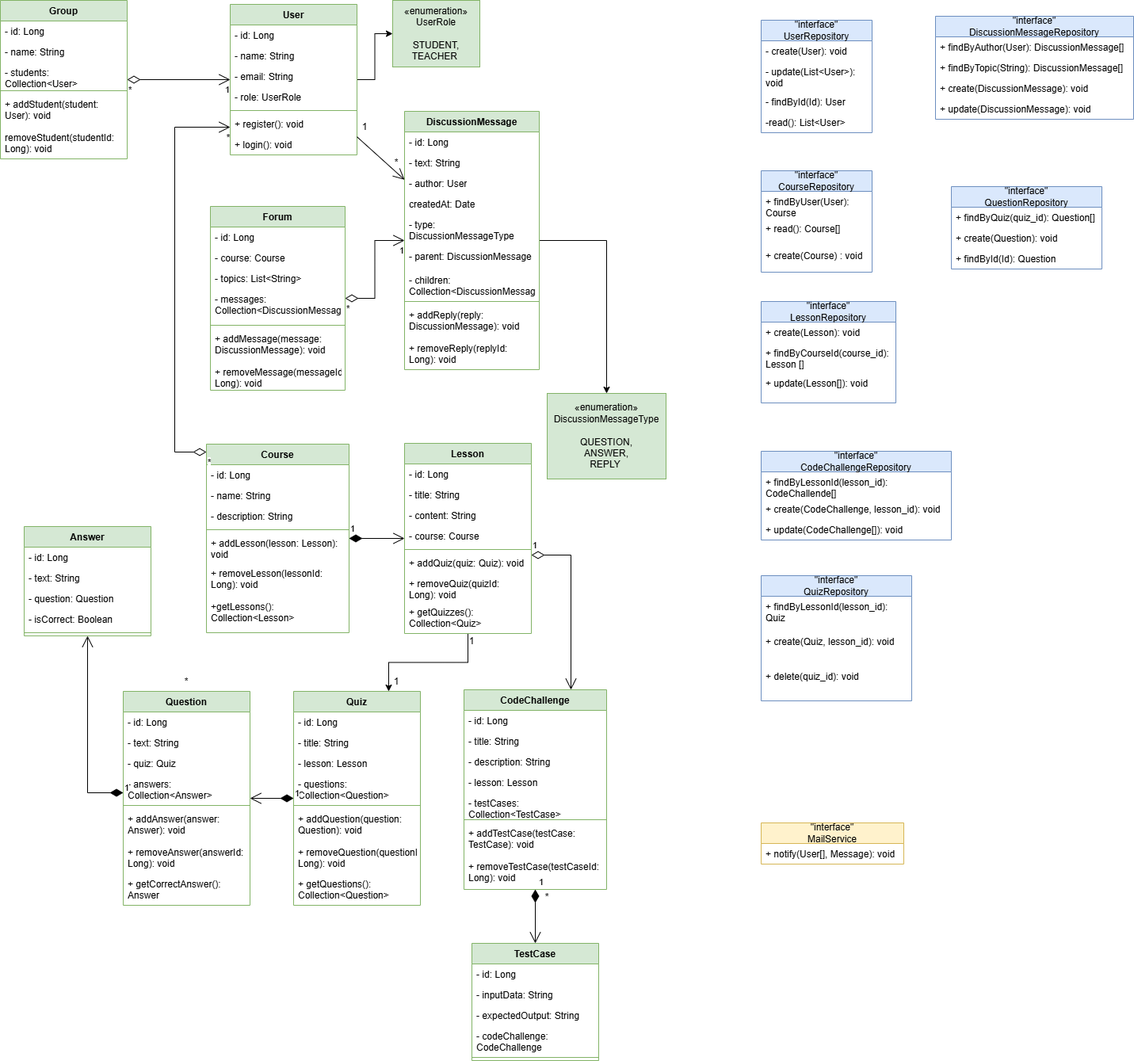
Earlier version of the draw.io export akademia_diagram.png (NikolajHon/Academy_Backend). Source tidied: cells renumbered, new cells last; positions are measured from the earlier drawing's top-left corner, leaving out a move shared by most shapes.
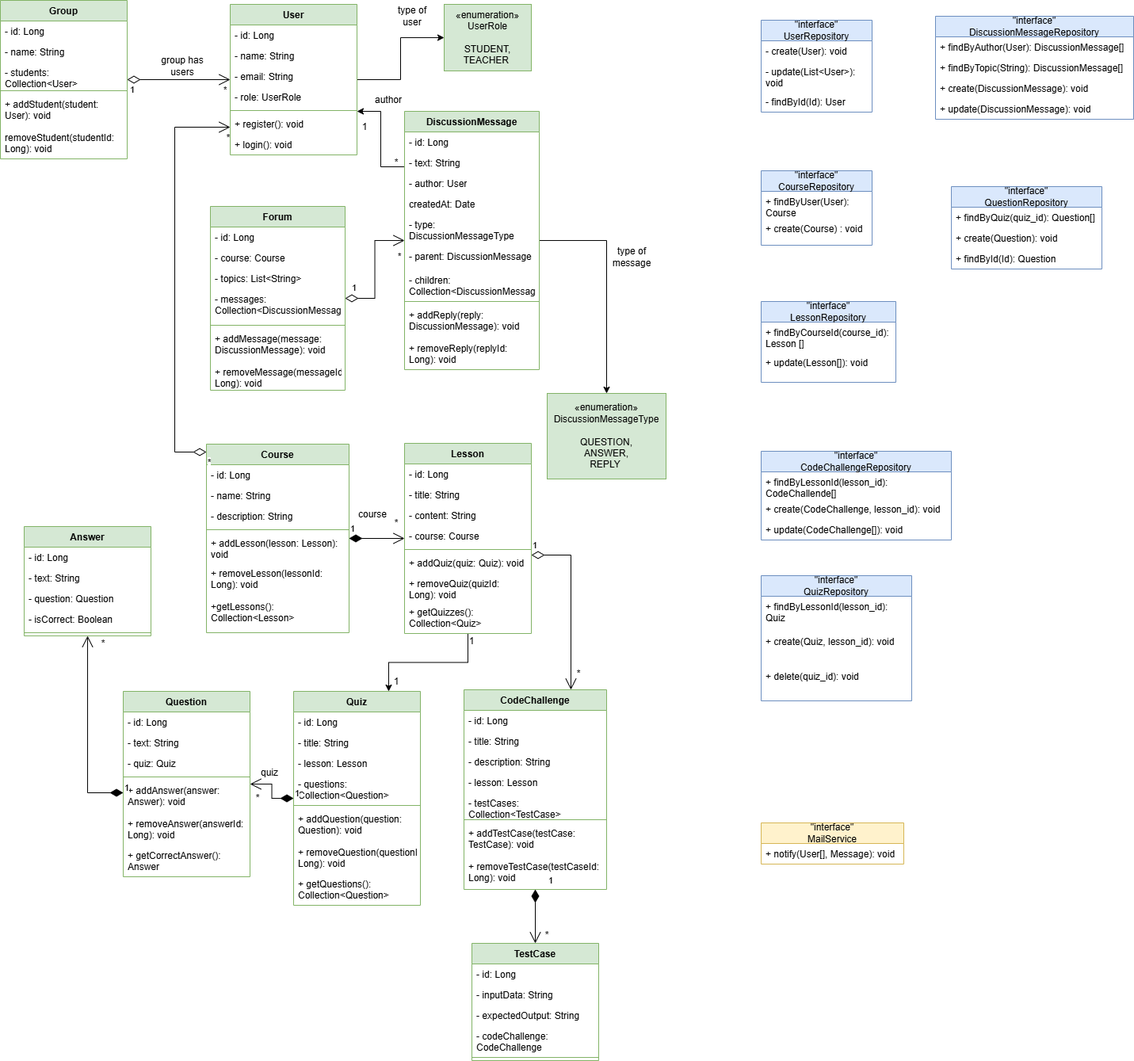
Later version of the same file.

Commit message:
fixed problems with diagrams

Diff of the diagram source:
```diff
@@ -84,7 +84,7 @@
       <mxGeometry y="230" width="160" height="40" as="geometry" />
     </mxCell>
     <mxCell id="29" value="Question " style="swimlane;fontStyle=1;align=center;verticalAlign=top;horizontal=1;startSize=26;whiteSpace=wrap;html=1;fillColor=#d5e8d4;strokeColor=#82b366;" parent="1" vertex="1">
-      <mxGeometry x="155" y="872" width="160" height="270" as="geometry" />
+      <mxGeometry x="155" y="872" width="160" height="234" as="geometry" />
     </mxCell>
     <mxCell id="30" value="- id: Long" style="text;strokeColor=none;fillColor=none;align=left;verticalAlign=top;spacingLeft=4;spacingRight=4;overflow=hidden;whiteSpace=wrap;html=1;" parent="29" vertex="1">
       <mxGeometry y="26" width="160" height="26" as="geometry" />
@@ -95,20 +95,17 @@
     <mxCell id="32" value="-&amp;nbsp;quiz: Quiz" style="text;strokeColor=none;fillColor=none;align=left;verticalAlign=top;spacingLeft=4;spacingRight=4;overflow=hidden;whiteSpace=wrap;html=1;" parent="29" vertex="1">
       <mxGeometry y="78" width="160" height="26" as="geometry" />
     </mxCell>
-    <mxCell id="33" value="-&amp;nbsp;answers: Collection&amp;lt;Answer&amp;gt;" style="text;strokeColor=none;fillColor=none;align=left;verticalAlign=top;spacingLeft=4;spacingRight=4;overflow=hidden;whiteSpace=wrap;html=1;" parent="29" vertex="1">
-      <mxGeometry y="104" width="160" height="36" as="geometry" />
-    </mxCell>
     <mxCell id="34" style="line;strokeWidth=1;fillColor=none;align=left;verticalAlign=middle;spacingTop=-1;spacingLeft=3;spacingRight=3;labelPosition=right;strokeColor=inherit;" parent="29" vertex="1">
-      <mxGeometry y="140" width="160" height="8" as="geometry" />
+      <mxGeometry y="104" width="160" height="8" as="geometry" />
     </mxCell>
     <mxCell id="35" value="+&amp;nbsp;addAnswer(answer: Answer): void" style="text;strokeColor=none;fillColor=none;align=left;verticalAlign=top;spacingLeft=4;spacingRight=4;overflow=hidden;whiteSpace=wrap;html=1;" parent="29" vertex="1">
-      <mxGeometry y="148" width="160" height="42" as="geometry" />
+      <mxGeometry y="112" width="160" height="42" as="geometry" />
     </mxCell>
     <mxCell id="36" value="+&amp;nbsp;removeAnswer(answerId: Long): void" style="text;strokeColor=none;fillColor=none;align=left;verticalAlign=top;spacingLeft=4;spacingRight=4;overflow=hidden;whiteSpace=wrap;html=1;" parent="29" vertex="1">
-      <mxGeometry y="190" width="160" height="40" as="geometry" />
+      <mxGeometry y="154" width="160" height="40" as="geometry" />
     </mxCell>
     <mxCell id="37" value="+&amp;nbsp;getCorrectAnswer(): Answer" style="text;strokeColor=none;fillColor=none;align=left;verticalAlign=top;spacingLeft=4;spacingRight=4;overflow=hidden;whiteSpace=wrap;html=1;" parent="29" vertex="1">
-      <mxGeometry y="230" width="160" height="40" as="geometry" />
+      <mxGeometry y="194" width="160" height="40" as="geometry" />
     </mxCell>
     <mxCell id="38" value="Answer " style="swimlane;fontStyle=1;align=center;verticalAlign=top;horizontal=1;startSize=26;whiteSpace=wrap;html=1;fillColor=#d5e8d4;strokeColor=#82b366;" parent="1" vertex="1">
       <mxGeometry x="30" y="664" width="160" height="138" as="geometry" />
@@ -200,6 +197,14 @@
     <mxCell id="67" style="edgeStyle=orthogonalEdgeStyle;rounded=0;jettySize=auto;html=1;" parent="1" edge="1" source="68" target="96">
       <mxGeometry relative="1" as="geometry" />
     </mxCell>
+    <mxCell id="150" style="edgeStyle=orthogonalEdgeStyle;rounded=0;jettySize=auto;html=1;" parent="1" edge="1" source="68" target="80">
+      <mxGeometry relative="1" as="geometry">
+        <Array as="points">
+          <mxPoint x="480" y="210" />
+          <mxPoint x="480" y="140" />
+        </Array>
+      </mxGeometry>
+    </mxCell>
     <mxCell id="68" value="DiscussionMessage " style="swimlane;fontStyle=1;align=center;verticalAlign=top;horizontal=1;startSize=26;whiteSpace=wrap;html=1;fillColor=#d5e8d4;strokeColor=#82b366;" parent="1" vertex="1">
       <mxGeometry x="510" y="140" width="170" height="326" as="geometry" />
     </mxCell>
@@ -282,20 +287,17 @@
       <mxGeometry y="160" width="160" height="40" as="geometry" />
     </mxCell>
     <mxCell id="95" value="«enumeration»&lt;br&gt;UserRole&lt;div&gt;&lt;br&gt;&lt;/div&gt;&lt;div&gt;STUDENT,&lt;/div&gt;&lt;div&gt;TEACHER&amp;nbsp;&lt;/div&gt;" style="html=1;whiteSpace=wrap;fillColor=#d5e8d4;strokeColor=#82b366;" parent="1" vertex="1">
-      <mxGeometry x="495" width="110" height="84" as="geometry" />
+      <mxGeometry x="560" y="5" width="110" height="84" as="geometry" />
     </mxCell>
     <mxCell id="96" value="«enumeration»&lt;br&gt;DiscussionMessageType&lt;div&gt;&lt;br&gt;&lt;/div&gt;&lt;div&gt;QUESTION,&lt;/div&gt;&lt;div&gt;&lt;span style=&quot;background-color: transparent; color: light-dark(rgb(0, 0, 0), rgb(255, 255, 255));&quot;&gt;ANSWER,&lt;/span&gt;&lt;/div&gt;&lt;div&gt;&lt;span style=&quot;background-color: transparent; color: light-dark(rgb(0, 0, 0), rgb(255, 255, 255));&quot;&gt;REPLY&amp;nbsp;&lt;/span&gt;&lt;/div&gt;" style="html=1;whiteSpace=wrap;fillColor=#d5e8d4;strokeColor=#82b366;" parent="1" vertex="1">
       <mxGeometry x="690" y="496" width="150" height="108" as="geometry" />
     </mxCell>
     <mxCell id="97" value="*" style="text;strokeColor=none;align=center;fillColor=none;html=1;verticalAlign=middle;whiteSpace=wrap;rounded=0;" parent="1" vertex="1">
-      <mxGeometry x="220" y="850" width="30" height="20" as="geometry" />
+      <mxGeometry x="310" y="997" width="30" height="20" as="geometry" />
     </mxCell>
     <mxCell id="98" value="*" style="text;strokeColor=none;align=center;fillColor=none;html=1;verticalAlign=middle;whiteSpace=wrap;rounded=0;" parent="1" vertex="1">
-      <mxGeometry x="680" y="1122" width="20" height="20" as="geometry" />
+      <mxGeometry x="680" y="1170" width="20" height="20" as="geometry" />
     </mxCell>
-    <mxCell id="99" style="endArrow=open;endFill=1;endSize=12;html=1;rounded=0;" parent="1" edge="1" source="80" target="68">
-      <mxGeometry relative="1" as="geometry" />
-    </mxCell>
     <mxCell id="100" value="1" style="text;strokeColor=none;align=center;fillColor=none;html=1;verticalAlign=middle;whiteSpace=wrap;rounded=0;" parent="1" vertex="1">
       <mxGeometry x="450" y="150" width="20" height="20" as="geometry" />
     </mxCell>
@@ -306,19 +308,27 @@
       <mxGeometry relative="1" as="geometry" />
     </mxCell>
     <mxCell id="103" value="*" style="edgeLabel;html=1;align=left;verticalAlign=top;" parent="102" vertex="1">
-      <mxGeometry x="-1" relative="1" as="geometry" />
+      <mxGeometry x="-1" relative="1" as="geometry">
+        <mxPoint x="120" as="offset" />
+      </mxGeometry>
     </mxCell>
     <mxCell id="104" value="1" style="edgeLabel;html=1;align=right;verticalAlign=top;" parent="102" vertex="1">
-      <mxGeometry x="1" relative="1" as="geometry" />
+      <mxGeometry x="1" relative="1" as="geometry">
+        <mxPoint x="-120" as="offset" />
+      </mxGeometry>
     </mxCell>
     <mxCell id="105" style="endArrow=open;html=1;endSize=12;startArrow=diamondThin;startSize=14;startFill=0;edgeStyle=orthogonalEdgeStyle;rounded=0;" parent="1" edge="1" source="59" target="68">
       <mxGeometry relative="1" as="geometry" />
     </mxCell>
     <mxCell id="106" value="*" style="edgeLabel;html=1;align=left;verticalAlign=top;" parent="105" vertex="1">
-      <mxGeometry x="-1" relative="1" as="geometry" />
+      <mxGeometry x="-1" relative="1" as="geometry">
+        <mxPoint x="65" y="-66" as="offset" />
+      </mxGeometry>
     </mxCell>
     <mxCell id="107" value="1" style="edgeLabel;html=1;align=right;verticalAlign=top;" parent="105" vertex="1">
-      <mxGeometry x="1" relative="1" as="geometry" />
+      <mxGeometry x="1" relative="1" as="geometry">
+        <mxPoint x="-60" y="47" as="offset" />
+      </mxGeometry>
     </mxCell>
     <mxCell id="108" value="1" style="endArrow=open;html=1;endSize=12;startArrow=diamondThin;startSize=14;startFill=1;edgeStyle=orthogonalEdgeStyle;align=left;verticalAlign=bottom;rounded=0;" parent="1" edge="1" source="2" target="11">
       <mxGeometry x="-1" y="3" relative="1" as="geometry" />
@@ -341,7 +351,9 @@
       </mxGeometry>
     </mxCell>
     <mxCell id="112" value="1" style="endArrow=open;html=1;endSize=12;startArrow=diamondThin;startSize=14;startFill=1;edgeStyle=orthogonalEdgeStyle;align=left;verticalAlign=bottom;rounded=0;" parent="1" edge="1" source="44" target="53">
-      <mxGeometry x="-1" y="3" relative="1" as="geometry" />
+      <mxGeometry x="-1" y="15" relative="1" as="geometry">
+        <mxPoint y="-2" as="offset" />
+      </mxGeometry>
     </mxCell>
     <mxCell id="113" style="endArrow=open;html=1;endSize=12;startArrow=diamondThin;startSize=14;startFill=0;edgeStyle=orthogonalEdgeStyle;rounded=0;" parent="1" edge="1" source="2" target="80">
       <mxGeometry relative="1" as="geometry">
@@ -358,7 +370,7 @@
       <mxGeometry x="1" relative="1" as="geometry" />
     </mxCell>
     <mxCell id="116" value="&quot;interface&quot;&lt;div&gt;UserRepository&lt;/div&gt;" style="swimlane;fontStyle=0;horizontal=1;startSize=26;fillColor=#dae8fc;whiteSpace=wrap;html=1;strokeColor=#6c8ebf;" parent="1" vertex="1">
-      <mxGeometry x="960" y="25" width="140" height="142" as="geometry" />
+      <mxGeometry x="960" y="25" width="140" height="116" as="geometry" />
     </mxCell>
     <mxCell id="117" value="- create(User): void" style="text;strokeColor=none;fillColor=none;align=left;verticalAlign=top;spacingLeft=4;spacingRight=4;overflow=hidden;whiteSpace=wrap;html=1;" parent="116" vertex="1">
       <mxGeometry y="26" width="140" height="26" as="geometry" />
@@ -369,32 +381,23 @@
     <mxCell id="119" value="- findById(Id): User" style="text;strokeColor=none;fillColor=none;align=left;verticalAlign=top;spacingLeft=4;spacingRight=4;overflow=hidden;whiteSpace=wrap;html=1;" parent="116" vertex="1">
       <mxGeometry y="90" width="140" height="26" as="geometry" />
     </mxCell>
-    <mxCell id="120" value="-read(): List&amp;lt;User&amp;gt;" style="text;strokeColor=none;fillColor=none;align=left;verticalAlign=top;spacingLeft=4;spacingRight=4;overflow=hidden;whiteSpace=wrap;html=1;" parent="116" vertex="1">
-      <mxGeometry y="116" width="140" height="26" as="geometry" />
-    </mxCell>
     <mxCell id="121" value="&quot;interface&quot;&lt;div&gt;CourseRepository&lt;/div&gt;" style="swimlane;fontStyle=0;horizontal=1;startSize=26;fillColor=#dae8fc;whiteSpace=wrap;html=1;strokeColor=#6c8ebf;" parent="1" vertex="1">
-      <mxGeometry x="960" y="215" width="140" height="128" as="geometry" />
+      <mxGeometry x="960" y="215" width="140" height="94" as="geometry" />
     </mxCell>
     <mxCell id="122" value="+ findByUser(User): Course" style="text;strokeColor=none;fillColor=none;align=left;verticalAlign=top;spacingLeft=4;spacingRight=4;overflow=hidden;whiteSpace=wrap;html=1;" parent="121" vertex="1">
       <mxGeometry y="26" width="140" height="34" as="geometry" />
     </mxCell>
-    <mxCell id="123" value="+ read(): Course[]" style="text;strokeColor=none;fillColor=none;align=left;verticalAlign=top;spacingLeft=4;spacingRight=4;overflow=hidden;whiteSpace=wrap;html=1;" parent="121" vertex="1">
-      <mxGeometry y="60" width="140" height="34" as="geometry" />
-    </mxCell>
     <mxCell id="124" value="+ create(Course) : void" style="text;strokeColor=none;fillColor=none;align=left;verticalAlign=top;spacingLeft=4;spacingRight=4;overflow=hidden;whiteSpace=wrap;html=1;" parent="121" vertex="1">
-      <mxGeometry y="94" width="140" height="34" as="geometry" />
+      <mxGeometry y="60" width="140" height="34" as="geometry" />
     </mxCell>
     <mxCell id="125" value="&quot;interface&quot;&lt;br&gt;LessonRepository" style="swimlane;fontStyle=0;horizontal=1;startSize=26;fillColor=#dae8fc;whiteSpace=wrap;html=1;strokeColor=#6c8ebf;" parent="1" vertex="1">
-      <mxGeometry x="960" y="380" width="170" height="128" as="geometry" />
+      <mxGeometry x="960" y="380" width="170" height="102" as="geometry" />
     </mxCell>
-    <mxCell id="126" value="+ create(Lesson): void" style="text;strokeColor=none;fillColor=none;align=left;verticalAlign=top;spacingLeft=4;spacingRight=4;overflow=hidden;whiteSpace=wrap;html=1;" parent="125" vertex="1">
-      <mxGeometry y="26" width="170" height="26" as="geometry" />
-    </mxCell>
     <mxCell id="127" value="+ findByCourseId(course_id): Lesson []" style="text;strokeColor=none;fillColor=none;align=left;verticalAlign=top;spacingLeft=4;spacingRight=4;overflow=hidden;whiteSpace=wrap;html=1;" parent="125" vertex="1">
-      <mxGeometry y="52" width="170" height="38" as="geometry" />
+      <mxGeometry y="26" width="170" height="38" as="geometry" />
     </mxCell>
     <mxCell id="128" value="+ update(Lesson[]): void" style="text;strokeColor=none;fillColor=none;align=left;verticalAlign=top;spacingLeft=4;spacingRight=4;overflow=hidden;whiteSpace=wrap;html=1;" parent="125" vertex="1">
-      <mxGeometry y="90" width="170" height="38" as="geometry" />
+      <mxGeometry y="64" width="170" height="38" as="geometry" />
     </mxCell>
     <mxCell id="129" value="&quot;interface&quot;&lt;div&gt;CodeChallengeRepository&lt;/div&gt;" style="swimlane;fontStyle=0;horizontal=1;startSize=26;fillColor=#dae8fc;whiteSpace=wrap;html=1;strokeColor=#6c8ebf;" parent="1" vertex="1">
       <mxGeometry x="960" y="569" width="240" height="112" as="geometry" />
@@ -459,5 +462,32 @@
     <mxCell id="149" value="+ notify(User[], Message): void" style="text;strokeColor=none;fillColor=none;align=left;verticalAlign=top;spacingLeft=4;spacingRight=4;overflow=hidden;whiteSpace=wrap;html=1;" parent="148" vertex="1">
       <mxGeometry y="26" width="180" height="26" as="geometry" />
     </mxCell>
+    <mxCell id="151" value="*" style="text;strokeColor=none;align=center;fillColor=none;html=1;verticalAlign=middle;whiteSpace=wrap;rounded=0;" parent="1" vertex="1">
+      <mxGeometry x="490" y="650" width="20" height="20" as="geometry" />
+    </mxCell>
+    <mxCell id="152" value="*" style="text;strokeColor=none;align=center;fillColor=none;html=1;verticalAlign=middle;whiteSpace=wrap;rounded=0;" parent="1" vertex="1">
+      <mxGeometry x="120" y="802" width="20" height="20" as="geometry" />
+    </mxCell>
+    <mxCell id="153" value="*" style="text;strokeColor=none;align=center;fillColor=none;html=1;verticalAlign=middle;whiteSpace=wrap;rounded=0;" parent="1" vertex="1">
+      <mxGeometry x="720" y="840" width="20" height="20" as="geometry" />
+    </mxCell>
+    <mxCell id="154" value="type of message" style="text;strokeColor=none;align=center;fillColor=none;html=1;verticalAlign=middle;whiteSpace=wrap;rounded=0;" parent="1" vertex="1">
+      <mxGeometry x="767" y="309" width="60" height="30" as="geometry" />
+    </mxCell>
+    <mxCell id="155" value="type of user" style="text;strokeColor=none;align=center;fillColor=none;html=1;verticalAlign=middle;whiteSpace=wrap;rounded=0;" parent="1" vertex="1">
+      <mxGeometry x="490" y="5" width="60" height="30" as="geometry" />
+    </mxCell>
+    <mxCell id="156" value="quiz" style="text;strokeColor=none;align=center;fillColor=none;html=1;verticalAlign=middle;whiteSpace=wrap;rounded=0;" parent="1" vertex="1">
+      <mxGeometry x="310" y="959.5" width="60" height="30" as="geometry" />
+    </mxCell>
+    <mxCell id="157" value="course" style="text;strokeColor=none;align=center;fillColor=none;html=1;verticalAlign=middle;whiteSpace=wrap;rounded=0;" parent="1" vertex="1">
+      <mxGeometry x="440" y="634" width="60" height="30" as="geometry" />
+    </mxCell>
+    <mxCell id="158" value="author" style="text;strokeColor=none;align=center;fillColor=none;html=1;verticalAlign=middle;whiteSpace=wrap;rounded=0;" parent="1" vertex="1">
+      <mxGeometry x="460" y="111" width="60" height="30" as="geometry" />
+    </mxCell>
+    <mxCell id="159" value="group has users" style="text;strokeColor=none;align=center;fillColor=none;html=1;verticalAlign=middle;whiteSpace=wrap;rounded=0;" parent="1" vertex="1">
+      <mxGeometry x="200" y="68" width="60" height="30" as="geometry" />
+    </mxCell>
   </root>
 </mxGraphModel>
```
